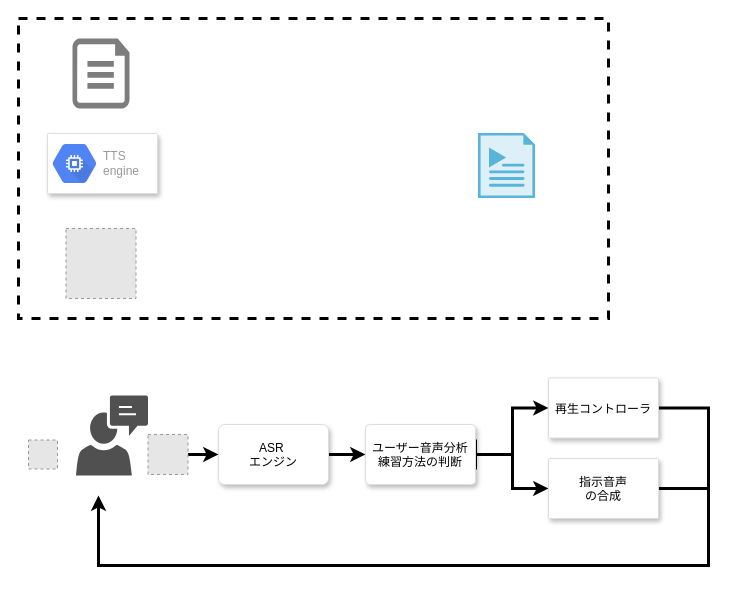
Above: withyouflow.drawio in caramucho/drawio-repo (draw.io), before the change. Source tidied: cells renumbered, new cells numbered last; positions are measured from the earlier drawing's top-left corner, leaving out a move shared by most shapes. Both pictures are drawn from the tidied source at 100%, with x=0, y=0 at pixel (18, 18). Pictures stored in the file or linked from it are replaced by grey dashed boxes.
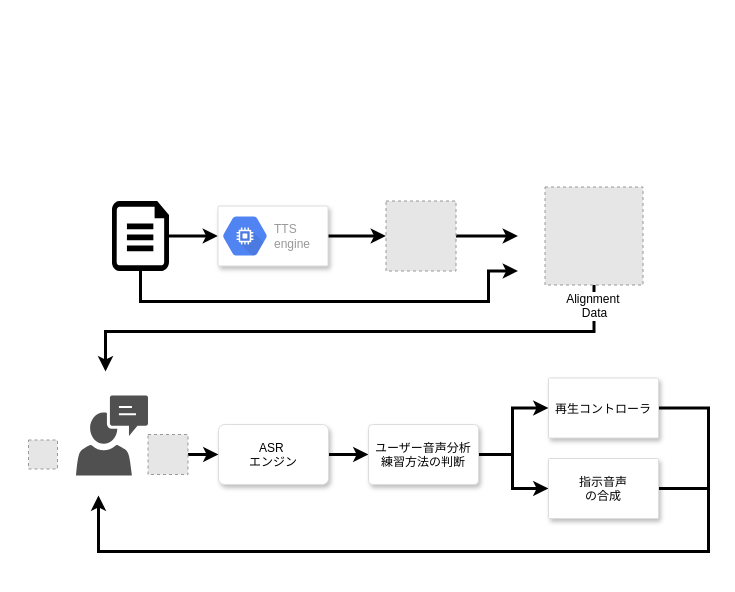
The same diagram, later.

Unchanged cells that the change refers to:
```xml
<mxCell id="15" value="再生コントローラ" style="strokeColor=#dddddd;fillColor=#ffffff;shadow=1;strokeWidth=1;rounded=1;absoluteArcSize=1;arcSize=2;fontColor=#000000;" parent="1" vertex="1">
  <mxGeometry x="530" y="359.5" width="110" height="60" as="geometry" />
</mxCell>
```

The edit, as a diff of the source:
```diff
@@
-    <mxCell id="2" style="rounded=0;whiteSpace=wrap;html=1;strokeWidth=3;dashed=1;" parent="1" vertex="1">
-      <mxGeometry width="590" height="300" as="geometry" />
-    </mxCell>
+    <mxCell id="21" style="edgeStyle=orthogonalEdgeStyle;rounded=0;jettySize=auto;html=1;exitX=1;exitY=0.5;exitDx=0;exitDy=0;exitPerimeter=0;entryX=0;entryY=0.5;entryDx=0;entryDy=0;strokeWidth=3;" parent="1" edge="1" source="3" target="5">
+      <mxGeometry relative="1" as="geometry" />
+    </mxCell>
+    <mxCell id="22" style="edgeStyle=orthogonalEdgeStyle;rounded=0;jettySize=auto;html=1;exitX=0.5;exitY=1;exitDx=0;exitDy=0;exitPerimeter=0;strokeWidth=3;" parent="1" edge="1" source="3">
+      <mxGeometry relative="1" as="geometry">
+        <mxPoint x="499.5" y="252.5" as="targetPoint" />
+        <Array as="points">
+          <mxPoint x="122" y="283" />
+          <mxPoint x="470" y="283" />
+          <mxPoint x="470" y="253" />
+        </Array>
+      </mxGeometry>
+    </mxCell>
-    <mxCell id="3" style="shadow=0;dashed=0;html=1;strokeColor=none;labelPosition=center;verticalLabelPosition=bottom;verticalAlign=top;align=center;shape=mxgraph.azure.file;fillColor=#7D7D7D;" parent="1" vertex="1">
-      <mxGeometry x="54" y="20" width="57" height="70" as="geometry" />
+    <mxCell id="3" style="shadow=0;dashed=0;html=1;strokeColor=none;labelPosition=center;verticalLabelPosition=bottom;verticalAlign=top;align=center;shape=mxgraph.azure.file;fillColor=#000000;" parent="1" vertex="1">
+      <mxGeometry x="93.5" y="182.5" width="57" height="70" as="geometry" />
     </mxCell>
+    <mxCell id="23" style="edgeStyle=orthogonalEdgeStyle;rounded=0;jettySize=auto;html=1;exitX=1;exitY=0.5;exitDx=0;exitDy=0;strokeWidth=3;" parent="1" edge="1" source="4">
+      <mxGeometry relative="1" as="geometry">
+        <mxPoint x="499.5" y="217.5" as="targetPoint" />
+      </mxGeometry>
+    </mxCell>
     <mxCell id="4" style="fillColor=#E6E6E6;strokeColor=#999999;dashed=1;html=1;verticalAlign=top;verticalLabelPosition=bottom;labelBackgroundColor=#ffffff;" parent="1" vertex="1">
-      <mxGeometry x="47.5" y="210" width="70" height="70" as="geometry" />
+      <mxGeometry x="367.5" y="182.5" width="70" height="70" as="geometry" />
     </mxCell>
+    <mxCell id="24" style="edgeStyle=orthogonalEdgeStyle;rounded=0;jettySize=auto;html=1;exitX=1;exitY=0.5;exitDx=0;exitDy=0;strokeWidth=3;" parent="1" edge="1" source="5" target="4">
+      <mxGeometry relative="1" as="geometry" />
+    </mxCell>
     <mxCell id="5" style="strokeColor=#dddddd;fillColor=#ffffff;shadow=1;strokeWidth=1;rounded=1;absoluteArcSize=1;arcSize=2;" parent="1" vertex="1">
-      <mxGeometry x="29" y="115" width="110" height="60" as="geometry" />
+      <mxGeometry x="199.5" y="187.5" width="110" height="60" as="geometry" />
     </mxCell>
@@
-    <mxCell id="7" style="html=1;perimeter=none;align=center;shadow=0;dashed=0;image;fontSize=12;image=img/lib/mscae/MediaFile.svg;" parent="1" vertex="1">
-      <mxGeometry x="460" y="115" width="57" height="65" as="geometry" />
-    </mxCell>
@@
     <mxCell id="13" value="&#10;ユーザー音声分析&#10;練習方法の判断&#10;" style="strokeColor=#dddddd;fillColor=#ffffff;shadow=1;strokeWidth=1;rounded=1;absoluteArcSize=1;arcSize=8;" parent="1" vertex="1">
-      <mxGeometry x="347" y="406" width="110" height="60" as="geometry" />
+      <mxGeometry x="350" y="406" width="110" height="60" as="geometry" />
     </mxCell>
     <mxCell id="14" style="edgeStyle=orthogonalEdgeStyle;rounded=0;jettySize=auto;html=1;exitX=1;exitY=0.5;exitDx=0;exitDy=0;strokeWidth=3;" parent="1" edge="1" source="15">
       <mxGeometry relative="1" as="geometry">
         <mxPoint x="80" y="477" as="targetPoint" />
         <Array as="points">
           <mxPoint x="690" y="390" />
-          <mxPoint x="690" y="547" />
-          <mxPoint x="80" y="547" />
+          <mxPoint x="690" y="533" />
+          <mxPoint x="80" y="533" />
         </Array>
       </mxGeometry>
     </mxCell>
@@
+    <mxCell id="25" style="edgeStyle=orthogonalEdgeStyle;rounded=0;jettySize=auto;html=1;exitX=0.5;exitY=1;exitDx=0;exitDy=0;strokeWidth=3;" parent="1" edge="1" source="26">
+      <mxGeometry relative="1" as="geometry">
+        <mxPoint x="87" y="353" as="targetPoint" />
+        <Array as="points">
+          <mxPoint x="576" y="313" />
+          <mxPoint x="87" y="313" />
+        </Array>
+      </mxGeometry>
+    </mxCell>
+    <mxCell id="26" value="Alignment&amp;nbsp;&lt;br&gt;Data&lt;br&gt;" style="fillColor=#E6E6E6;strokeColor=#999999;dashed=1;html=1;verticalAlign=top;verticalLabelPosition=bottom;labelBackgroundColor=#ffffff;" parent="1" vertex="1">
+      <mxGeometry x="526.5" y="168.5" width="98" height="98" as="geometry" />
+    </mxCell>
```
